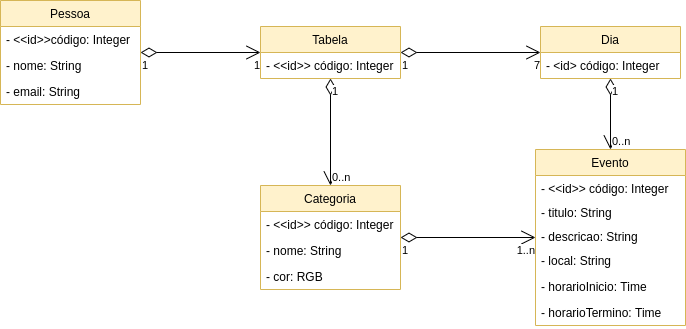
GPMS/trabalhoDAW keeps this draw.io diagram as Modelo_Conceitual.png. Above is the earlier version. Source tidied: cells renumbered, new cells last; positions are measured from the earlier drawing's top-left corner, leaving out a move shared by most shapes. The source it was exported from:
```xml
<mxGraphModel>
  <root>
    <mxCell id="0" />
    <mxCell id="1" parent="0" />
    <mxCell id="2" value="Pessoa" style="swimlane;fontStyle=0;horizontal=1;startSize=26;fillColor=#fff2cc;strokeColor=#d6b656;" parent="1" vertex="1">
      <mxGeometry width="140" height="104" as="geometry" />
    </mxCell>
    <mxCell id="3" value="- &lt;&lt;id&gt;&gt;código: Integer " style="text;strokeColor=none;fillColor=none;align=left;verticalAlign=top;spacingLeft=4;spacingRight=4;overflow=hidden;" parent="2" vertex="1">
      <mxGeometry y="26" width="140" height="26" as="geometry" />
    </mxCell>
    <mxCell id="4" value="- nome: String" style="text;strokeColor=none;fillColor=none;align=left;verticalAlign=top;spacingLeft=4;spacingRight=4;overflow=hidden;" parent="2" vertex="1">
      <mxGeometry y="52" width="140" height="26" as="geometry" />
    </mxCell>
    <mxCell id="5" value="- email: String" style="text;strokeColor=none;fillColor=none;align=left;verticalAlign=top;spacingLeft=4;spacingRight=4;overflow=hidden;" parent="2" vertex="1">
      <mxGeometry y="78" width="140" height="26" as="geometry" />
    </mxCell>
    <mxCell id="6" value="Tabela" style="swimlane;fontStyle=0;horizontal=1;startSize=26;fillColor=#fff2cc;strokeColor=#d6b656;" parent="1" vertex="1">
      <mxGeometry x="260" y="26" width="140" height="52" as="geometry" />
    </mxCell>
    <mxCell id="7" value="- &lt;&lt;id&gt;&gt; código: Integer&#10;" style="text;strokeColor=none;fillColor=none;align=left;verticalAlign=top;spacingLeft=4;spacingRight=4;overflow=hidden;" parent="6" vertex="1">
      <mxGeometry y="26" width="140" height="26" as="geometry" />
    </mxCell>
    <mxCell id="8" value="Dia" style="swimlane;fontStyle=0;horizontal=1;startSize=26;fillColor=#fff2cc;strokeColor=#d6b656;" parent="1" vertex="1">
      <mxGeometry x="540" y="26" width="140" height="52" as="geometry" />
    </mxCell>
    <mxCell id="9" value="- &lt;id&gt; código: Integer&#10;" style="text;strokeColor=none;fillColor=none;align=left;verticalAlign=top;spacingLeft=4;spacingRight=4;overflow=hidden;" parent="8" vertex="1">
      <mxGeometry y="26" width="140" height="26" as="geometry" />
    </mxCell>
    <mxCell id="10" value="Evento" style="swimlane;fontStyle=0;horizontal=1;startSize=26;fillColor=#fff2cc;strokeColor=#d6b656;" parent="1" vertex="1">
      <mxGeometry x="535" y="149" width="150" height="176" as="geometry" />
    </mxCell>
    <mxCell id="11" value="- &lt;&lt;id&gt;&gt; código: Integer" style="text;strokeColor=none;fillColor=none;align=left;verticalAlign=top;spacingLeft=4;spacingRight=4;overflow=hidden;" parent="10" vertex="1">
      <mxGeometry y="26" width="150" height="24" as="geometry" />
    </mxCell>
    <mxCell id="12" value="- titulo: String" style="text;strokeColor=none;fillColor=none;align=left;verticalAlign=top;spacingLeft=4;spacingRight=4;overflow=hidden;" parent="10" vertex="1">
      <mxGeometry y="50" width="150" height="24" as="geometry" />
    </mxCell>
    <mxCell id="13" value="- descricao: String" style="text;strokeColor=none;fillColor=none;align=left;verticalAlign=top;spacingLeft=4;spacingRight=4;overflow=hidden;" parent="10" vertex="1">
      <mxGeometry y="74" width="150" height="24" as="geometry" />
    </mxCell>
    <mxCell id="14" value="- local: String" style="text;strokeColor=none;fillColor=none;align=left;verticalAlign=top;spacingLeft=4;spacingRight=4;overflow=hidden;" parent="10" vertex="1">
      <mxGeometry y="98" width="150" height="26" as="geometry" />
    </mxCell>
    <mxCell id="15" value="- horarioInicio: Time&#10;&#10;" style="text;strokeColor=none;fillColor=none;align=left;verticalAlign=top;spacingLeft=4;spacingRight=4;overflow=hidden;" parent="10" vertex="1">
      <mxGeometry y="124" width="150" height="26" as="geometry" />
    </mxCell>
    <mxCell id="16" value="- horarioTermino: Time&#10;" style="text;strokeColor=none;fillColor=none;align=left;verticalAlign=top;spacingLeft=4;spacingRight=4;overflow=hidden;" parent="10" vertex="1">
      <mxGeometry y="150" width="150" height="26" as="geometry" />
    </mxCell>
    <mxCell id="17" value="Categoria" style="swimlane;fontStyle=0;horizontal=1;startSize=26;fillColor=#fff2cc;strokeColor=#d6b656;" parent="1" vertex="1">
      <mxGeometry x="260" y="185" width="140" height="104" as="geometry" />
    </mxCell>
    <mxCell id="18" value="- &lt;&lt;id&gt;&gt; código: Integer" style="text;strokeColor=none;fillColor=none;align=left;verticalAlign=top;spacingLeft=4;spacingRight=4;overflow=hidden;" parent="17" vertex="1">
      <mxGeometry y="26" width="140" height="26" as="geometry" />
    </mxCell>
    <mxCell id="19" value="- nome: String" style="text;strokeColor=none;fillColor=none;align=left;verticalAlign=top;spacingLeft=4;spacingRight=4;overflow=hidden;" parent="17" vertex="1">
      <mxGeometry y="52" width="140" height="26" as="geometry" />
    </mxCell>
    <mxCell id="20" value="- cor: RGB" style="text;strokeColor=none;fillColor=none;align=left;verticalAlign=top;spacingLeft=4;spacingRight=4;overflow=hidden;" parent="17" vertex="1">
      <mxGeometry y="78" width="140" height="26" as="geometry" />
    </mxCell>
    <mxCell id="21" style="endArrow=open;html=1;endSize=12;startArrow=diamondThin;startSize=14;startFill=0;edgeStyle=orthogonalEdgeStyle;" parent="1" edge="1" source="2" target="6">
      <mxGeometry relative="1" as="geometry" />
    </mxCell>
    <mxCell id="22" value="1" style="edgeLabel;html=1;align=left;verticalAlign=top;" parent="21" vertex="1">
      <mxGeometry x="-1" relative="1" as="geometry" />
    </mxCell>
    <mxCell id="23" value="1" style="edgeLabel;html=1;align=right;verticalAlign=top;" parent="21" vertex="1">
      <mxGeometry x="1" relative="1" as="geometry" />
    </mxCell>
    <mxCell id="24" style="endArrow=open;html=1;endSize=12;startArrow=diamondThin;startSize=14;startFill=0;edgeStyle=orthogonalEdgeStyle;" parent="1" edge="1" source="6" target="8">
      <mxGeometry relative="1" as="geometry" />
    </mxCell>
    <mxCell id="25" value="1" style="edgeLabel;html=1;align=left;verticalAlign=top;" parent="24" vertex="1">
      <mxGeometry x="-1" relative="1" as="geometry" />
    </mxCell>
    <mxCell id="26" value="7" style="edgeLabel;html=1;align=right;verticalAlign=top;" parent="24" vertex="1">
      <mxGeometry x="1" relative="1" as="geometry" />
    </mxCell>
    <mxCell id="27" style="endArrow=open;html=1;endSize=12;startArrow=diamondThin;startSize=14;startFill=0;edgeStyle=orthogonalEdgeStyle;entryX=0.5;entryY=0;entryDx=0;entryDy=0;" parent="1" edge="1" source="8" target="10">
      <mxGeometry relative="1" as="geometry" />
    </mxCell>
    <mxCell id="28" value="1" style="edgeLabel;html=1;align=left;verticalAlign=top;" parent="27" vertex="1">
      <mxGeometry x="-1" relative="1" as="geometry" />
    </mxCell>
    <mxCell id="29" value="0..n" style="edgeLabel;html=1;align=left;verticalAlign=bottom;labelPosition=right;verticalLabelPosition=top;" parent="27" vertex="1">
      <mxGeometry x="1" relative="1" as="geometry" />
    </mxCell>
    <mxCell id="30" style="endArrow=open;html=1;endSize=12;startArrow=diamondThin;startSize=14;startFill=0;edgeStyle=orthogonalEdgeStyle;" parent="1" edge="1" source="6" target="17">
      <mxGeometry relative="1" as="geometry" />
    </mxCell>
    <mxCell id="31" value="1" style="edgeLabel;html=1;align=left;verticalAlign=top;" parent="30" vertex="1">
      <mxGeometry x="-1" relative="1" as="geometry" />
    </mxCell>
    <mxCell id="32" value="0..n" style="edgeLabel;html=1;align=left;verticalAlign=bottom;labelPosition=right;verticalLabelPosition=top;" parent="30" vertex="1">
      <mxGeometry x="1" relative="1" as="geometry" />
    </mxCell>
    <mxCell id="33" style="endArrow=open;html=1;endSize=12;startArrow=diamondThin;startSize=14;startFill=0;edgeStyle=orthogonalEdgeStyle;" parent="1" edge="1" source="17" target="10">
      <mxGeometry relative="1" as="geometry" />
    </mxCell>
    <mxCell id="34" value="1" style="edgeLabel;html=1;align=left;verticalAlign=top;" parent="33" vertex="1">
      <mxGeometry x="-1" relative="1" as="geometry" />
    </mxCell>
    <mxCell id="35" value="1..n" style="edgeLabel;html=1;align=right;verticalAlign=top;" parent="33" vertex="1">
      <mxGeometry x="1" relative="1" as="geometry" />
    </mxCell>
  </root>
</mxGraphModel>
```
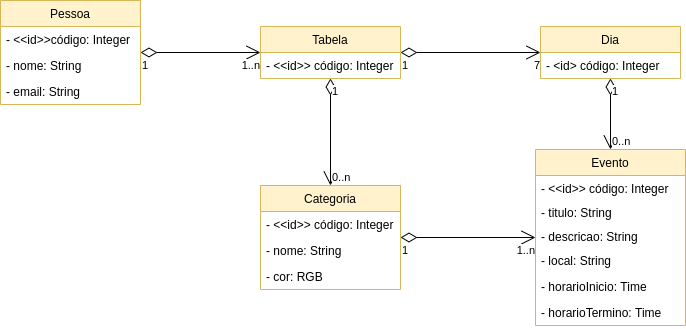
The same diagram one commit later.

Change to the diagram source:
```diff
@@ -65,7 +65,7 @@
     <mxCell id="22" value="1" style="edgeLabel;html=1;align=left;verticalAlign=top;" parent="21" vertex="1">
       <mxGeometry x="-1" relative="1" as="geometry" />
     </mxCell>
-    <mxCell id="23" value="1" style="edgeLabel;html=1;align=right;verticalAlign=top;" parent="21" vertex="1">
+    <mxCell id="23" value="1..n" style="edgeLabel;html=1;align=right;verticalAlign=top;" parent="21" vertex="1">
       <mxGeometry x="1" relative="1" as="geometry" />
     </mxCell>
     <mxCell id="24" style="endArrow=open;html=1;endSize=12;startArrow=diamondThin;startSize=14;startFill=0;edgeStyle=orthogonalEdgeStyle;" parent="1" edge="1" source="6" target="8">
```
